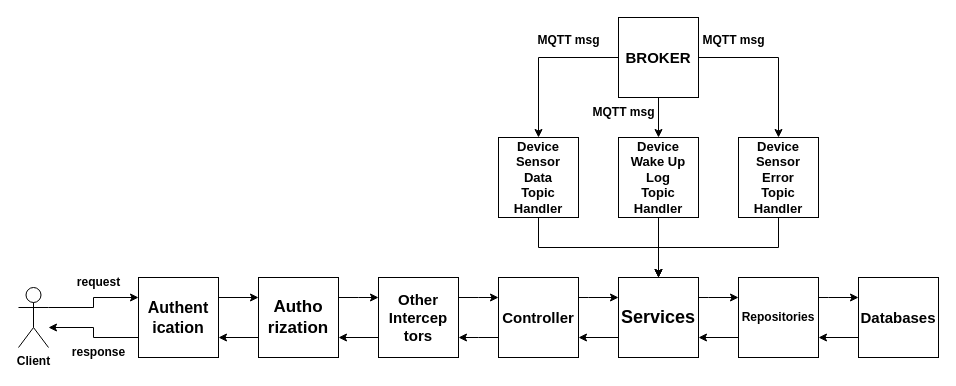
Before: Documentation/Diagrams/Spring Web Server (condensed).drawio in MiguelRocha2001/PS-Monitor-IoT-System, a draw.io diagram. Source tidied: cells renumbered, new cells numbered last; positions are measured from the earlier drawing's top-left corner, leaving out a move shared by most shapes. Both pictures are drawn from the tidied source at 100%, with x=0, y=0 at pixel (18, 17).
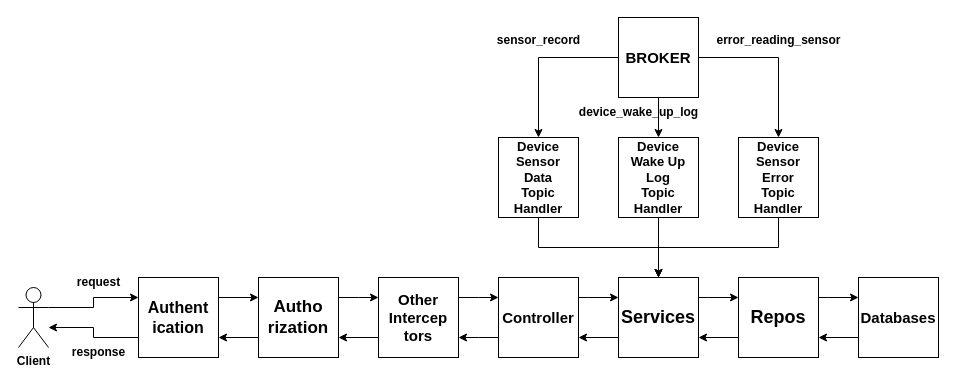
After the change.

The edit, as a diff of the source:
```diff
@@
-    <mxCell id="18" value="Repositories" style="whiteSpace=wrap;html=1;fontStyle=1;" parent="1" vertex="1">
+    <mxCell id="18" value="Repos" style="whiteSpace=wrap;html=1;fontStyle=1;fontSize=18;" parent="1" vertex="1">
       <mxGeometry x="720" y="260" width="80" height="80" as="geometry" />
     </mxCell>
@@
-    <mxCell id="31" value="MQTT msg" style="text;html=1;align=center;verticalAlign=middle;strokeColor=none;fillColor=none;fontStyle=1;" parent="1" vertex="1">
-      <mxGeometry x="505" y="8" width="90" height="30" as="geometry" />
+    <mxCell id="31" value="sensor_record" style="text;html=1;align=center;verticalAlign=middle;strokeColor=none;fillColor=none;fontStyle=1;" parent="1" vertex="1">
+      <mxGeometry x="465" y="8" width="110" height="30" as="geometry" />
     </mxCell>
-    <mxCell id="32" value="MQTT msg" style="text;html=1;align=center;verticalAlign=middle;strokeColor=none;fillColor=none;fontStyle=1;" parent="1" vertex="1">
-      <mxGeometry x="560" y="80" width="90" height="30" as="geometry" />
+    <mxCell id="32" value="device_wake_up_log" style="text;html=1;align=center;verticalAlign=middle;strokeColor=none;fillColor=none;fontStyle=1;" parent="1" vertex="1">
+      <mxGeometry x="550" y="80" width="140" height="30" as="geometry" />
     </mxCell>
-    <mxCell id="33" value="MQTT msg" style="text;html=1;align=center;verticalAlign=middle;strokeColor=none;fillColor=none;fontStyle=1;" parent="1" vertex="1">
-      <mxGeometry x="670" y="8" width="90" height="30" as="geometry" />
+    <mxCell id="33" value="error_reading_sensor" style="text;html=1;align=center;verticalAlign=middle;strokeColor=none;fillColor=none;fontStyle=1;" parent="1" vertex="1">
+      <mxGeometry x="685" y="8" width="150" height="30" as="geometry" />
     </mxCell>
```
